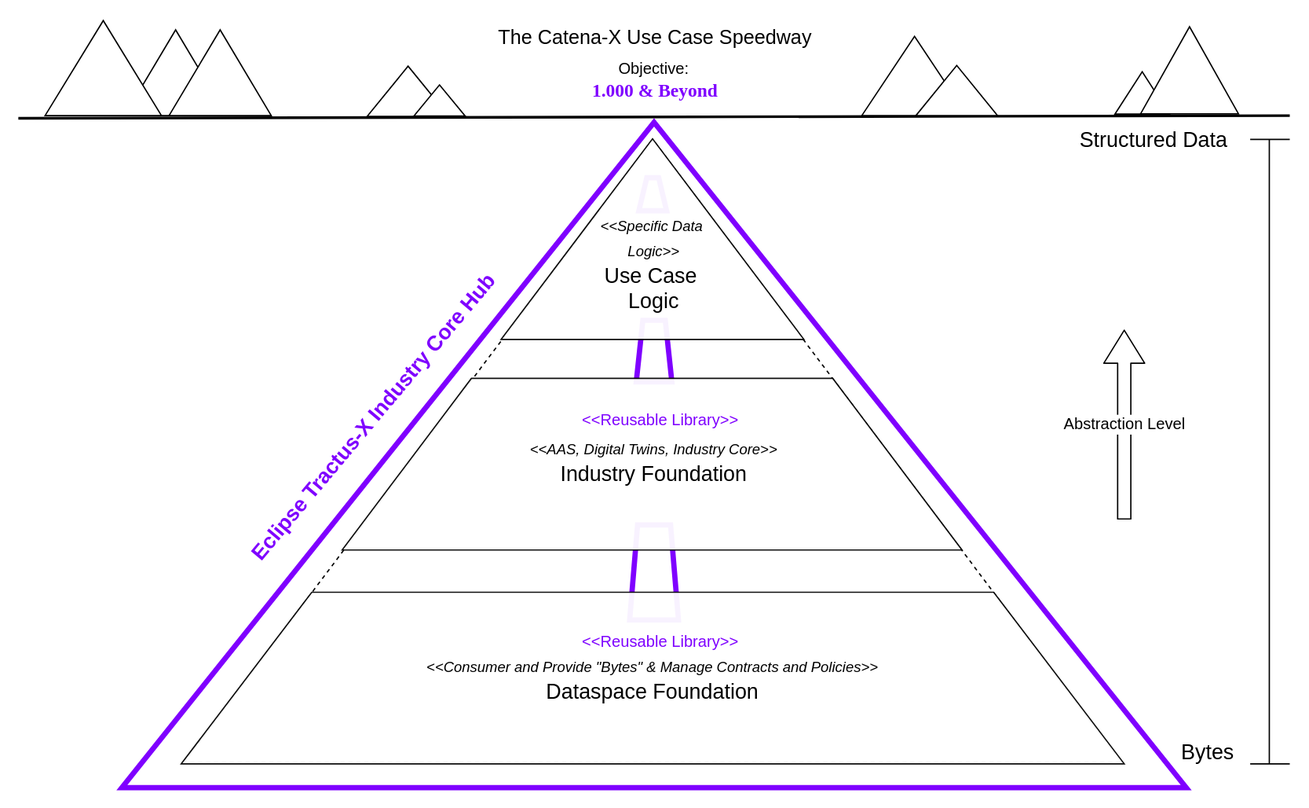
Above: docs/architecture/media/catena-x-speedway.svg in pjuaristi-ikerlan/industry-core-hub-frontend-boilerplate (draw.io), before the change. Source tidied: cells renumbered, new cells last; positions are measured from the earlier drawing's top-left corner, leaving out a move shared by most shapes.
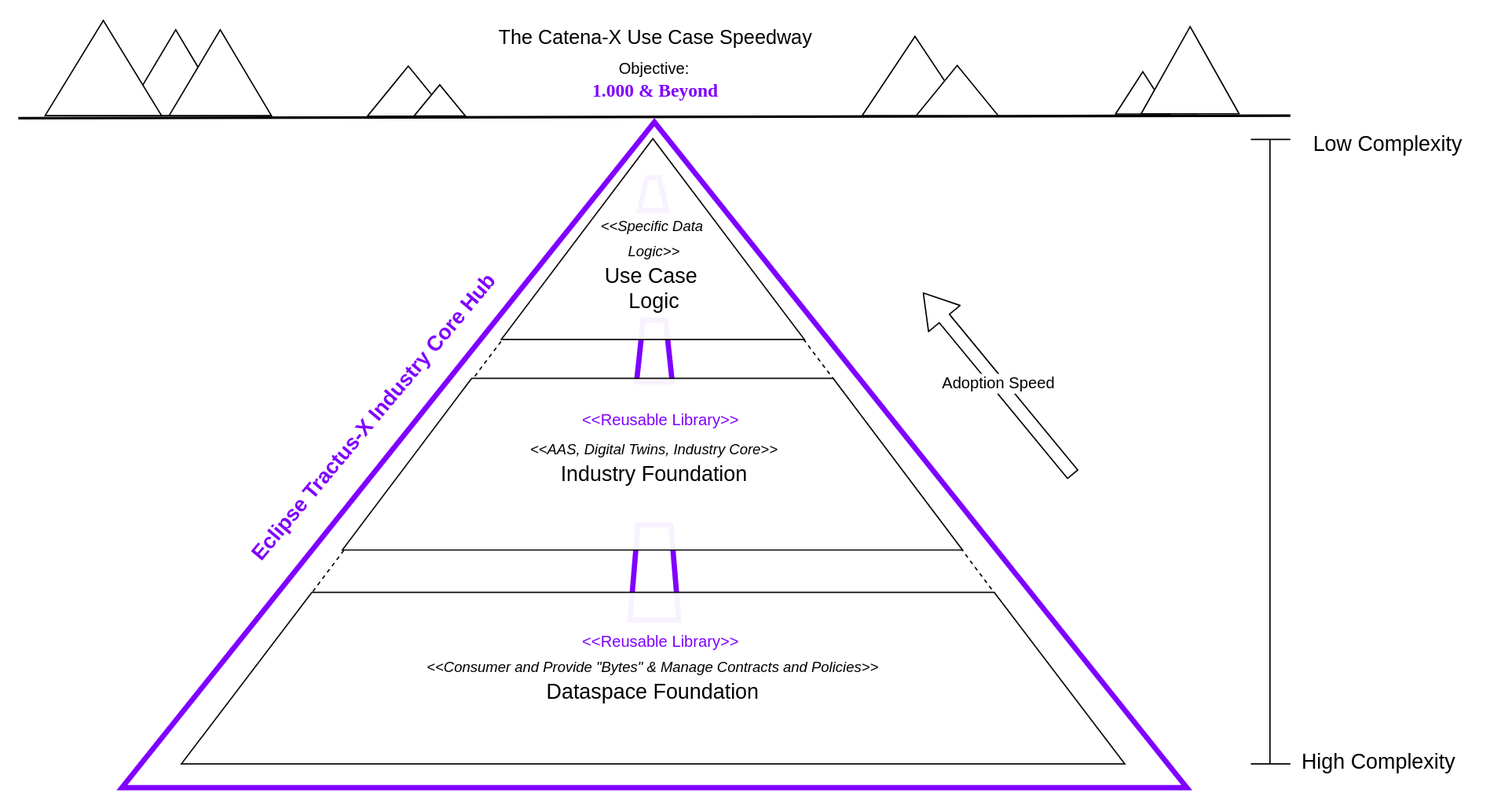
Above is the later version.

Commit message:
feat: added new catena-x speedway

Change to the diagram source:
```diff
@@ -47,16 +47,16 @@
         <mxPoint x="963.5" y="592" as="targetPoint" />
       </mxGeometry>
     </mxCell>
-    <mxCell id="15" value="Structured Data" style="text;html=1;align=center;verticalAlign=middle;strokeColor=none;fillColor=none;fontSize=16;" parent="1" vertex="1">
-      <mxGeometry x="795" y="103" width="130" height="31" as="geometry" />
+    <mxCell id="15" value="Low Complexity" style="text;html=1;align=center;verticalAlign=middle;strokeColor=none;fillColor=none;fontSize=16;" parent="1" vertex="1">
+      <mxGeometry x="971" y="106" width="131" height="31" as="geometry" />
     </mxCell>
-    <mxCell id="16" value="Bytes" style="text;html=1;align=center;verticalAlign=middle;strokeColor=none;fillColor=none;fontSize=16;" parent="1" vertex="1">
-      <mxGeometry x="872" y="567" width="58" height="31" as="geometry" />
+    <mxCell id="16" value="High Complexity" style="text;html=1;align=center;verticalAlign=middle;strokeColor=none;fillColor=none;fontSize=16;" parent="1" vertex="1">
+      <mxGeometry x="963" y="574" width="134" height="31" as="geometry" />
     </mxCell>
-    <mxCell id="17" value="Abstraction Level" style="edgeStyle=none;orthogonalLoop=1;jettySize=auto;html=1;shape=flexArrow;rounded=1;startSize=8;endSize=8;fontSize=12;curved=1;" parent="1" edge="1">
+    <mxCell id="17" value="Adoption Speed" style="edgeStyle=none;orthogonalLoop=1;jettySize=auto;html=1;shape=flexArrow;rounded=1;startSize=8;endSize=8;fontSize=12;curved=1;entryX=0.682;entryY=0.843;entryDx=0;entryDy=0;entryPerimeter=0;" parent="1" edge="1">
       <mxGeometry relative="1" as="geometry">
-        <mxPoint x="838" y="407" as="sourcePoint" />
-        <mxPoint x="838" y="263" as="targetPoint" />
+        <mxPoint x="798.8" y="373" as="sourcePoint" />
+        <mxPoint x="685" y="235" as="targetPoint" />
       </mxGeometry>
     </mxCell>
     <mxCell id="18" style="endArrow=none;html=1;rounded=0;fontSize=12;startSize=8;endSize=8;curved=1;" parent="1" edge="1">
```
